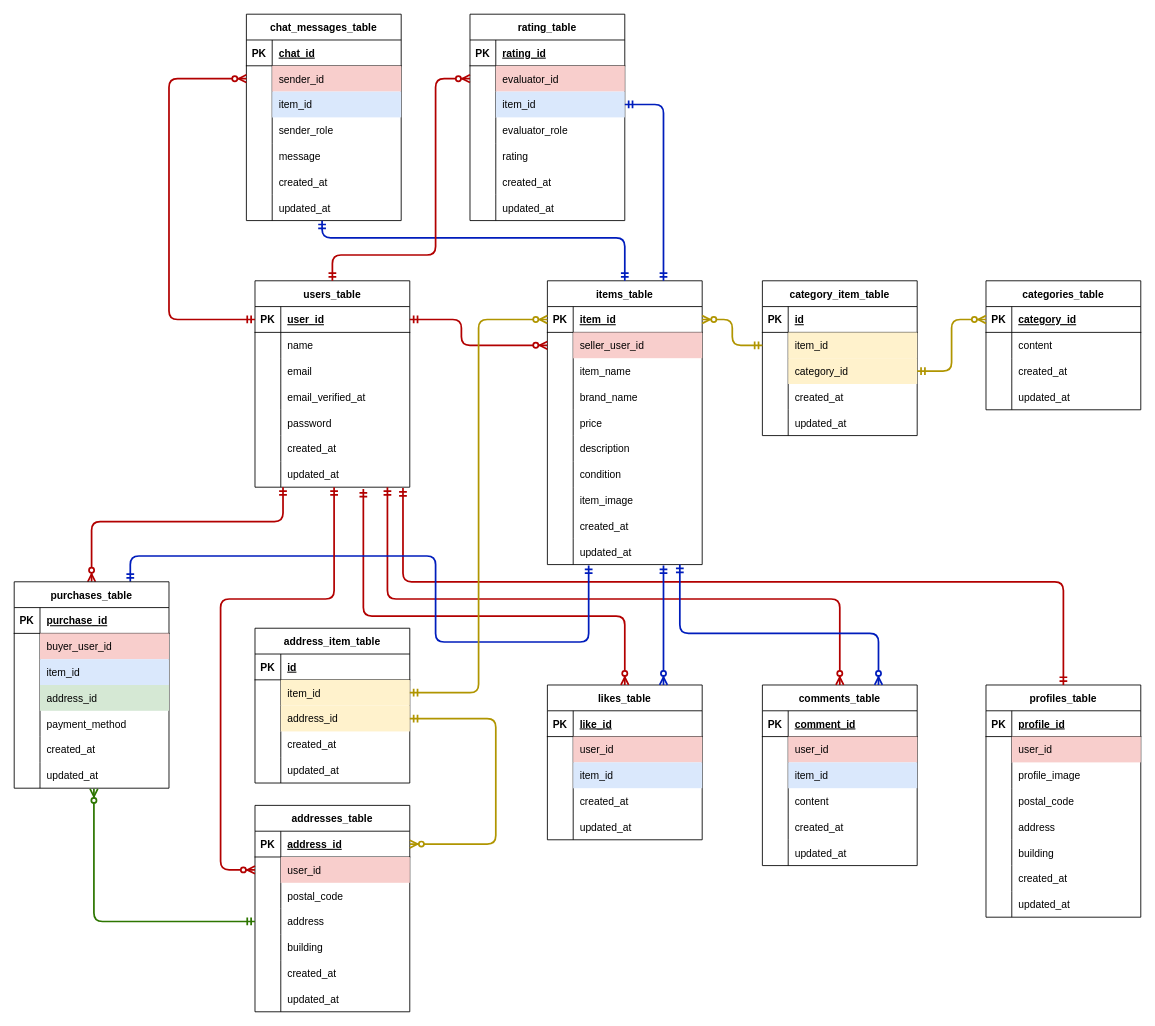
Before: er.drawio in risamatsumoto1104/pro-test, a draw.io diagram. Source tidied: cells renumbered, new cells numbered last; positions are measured from the earlier drawing's top-left corner, leaving out a move shared by most shapes. Both pictures are drawn from the tidied source at 86%, with x=0, y=0 at pixel (14, 14).
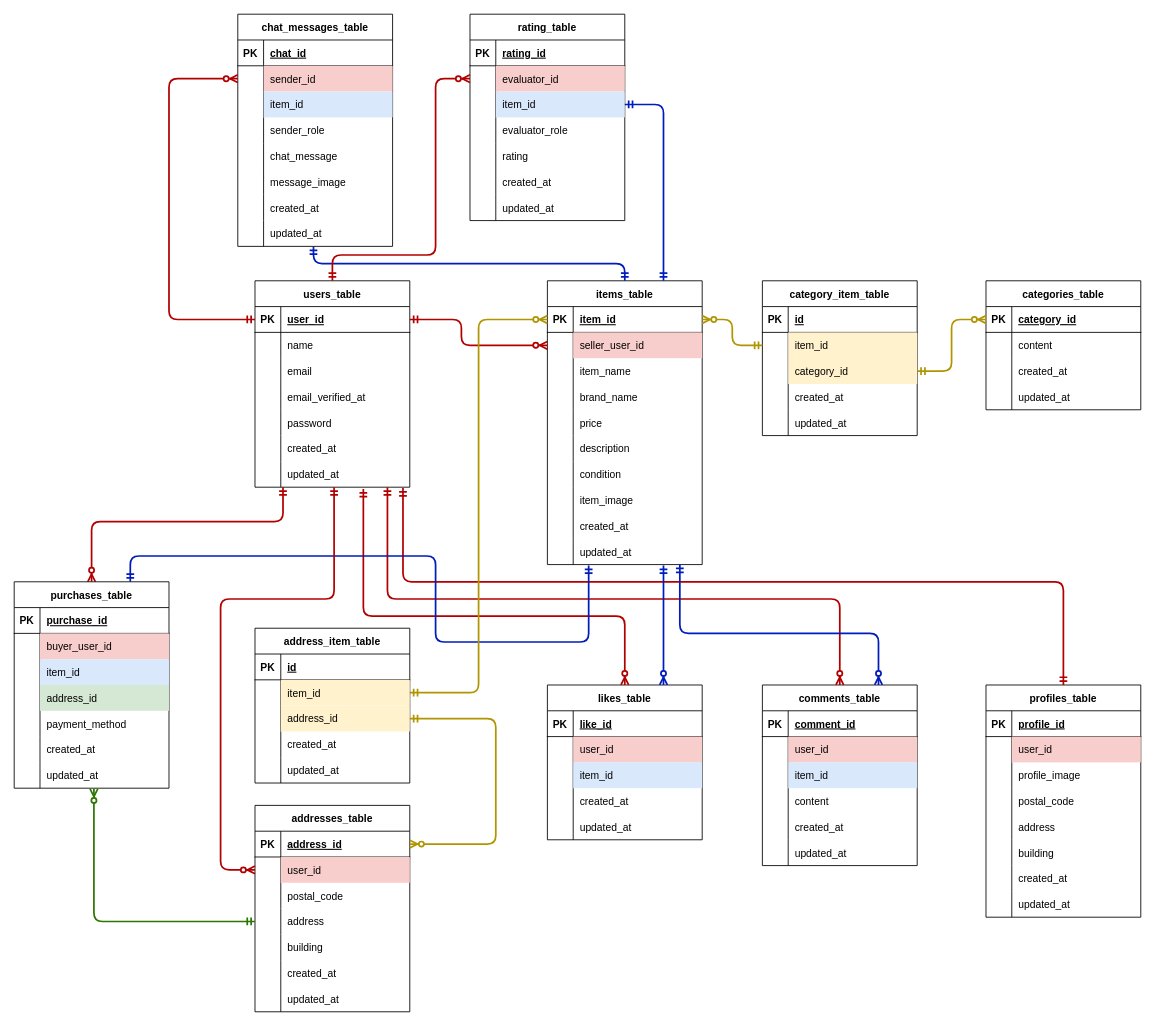
The same page after the edit.

The change refers to these unchanged cells:
```xml
<mxCell id="84" value="items_table" style="shape=table;startSize=30;childLayout=tableLayout;rowLines=0;fontStyle=1;align=center;" parent="1" vertex="1">
  <mxGeometry x="620" y="310" width="180" height="330" as="geometry" />
</mxCell>
<mxCell id="231" style="shape=tableRow;horizontal=0;startSize=0;swimlaneHead=0;swimlaneBody=0;fillColor=none;top=0;left=0;right=0;bottom=0;" parent="218" vertex="1">
  <mxGeometry y="150" width="180" height="30" as="geometry" />
</mxCell>
```

Change to the diagram source:
```diff
@@
     <mxCell id="218" value="chat_messages_table" style="shape=table;startSize=30;childLayout=tableLayout;rowLines=0;fontStyle=1;align=center;" parent="1" vertex="1">
-      <mxGeometry x="270" width="180" height="240" as="geometry" />
+      <mxGeometry x="260" width="180" height="270" as="geometry" />
     </mxCell>
@@
-    <mxCell id="233" value="message" style="shape=partialRectangle;fillColor=none;top=0;left=0;bottom=0;right=0;align=left;spacingLeft=6;overflow=hidden;" parent="231" vertex="1">
+    <mxCell id="233" value="chat_message" style="shape=partialRectangle;fillColor=none;top=0;left=0;bottom=0;right=0;align=left;spacingLeft=6;overflow=hidden;" parent="231" vertex="1">
       <mxGeometry x="30" width="150" height="30" as="geometry" />
     </mxCell>
+    <mxCell id="266" style="shape=tableRow;horizontal=0;startSize=0;swimlaneHead=0;swimlaneBody=0;fillColor=none;top=0;left=0;right=0;bottom=0;" parent="218" vertex="1">
+      <mxGeometry y="180" width="180" height="30" as="geometry" />
+    </mxCell>
+    <mxCell id="267" style="shape=partialRectangle;fillColor=none;top=0;left=0;bottom=0;right=0;overflow=hidden;" parent="266" vertex="1">
+      <mxGeometry width="30" height="30" as="geometry" />
+    </mxCell>
+    <mxCell id="268" value="message_image" style="shape=partialRectangle;fillColor=none;top=0;left=0;bottom=0;right=0;align=left;spacingLeft=6;overflow=hidden;" parent="266" vertex="1">
+      <mxGeometry x="30" width="150" height="30" as="geometry" />
+    </mxCell>
     <mxCell id="234" style="shape=tableRow;horizontal=0;startSize=0;swimlaneHead=0;swimlaneBody=0;fillColor=none;top=0;left=0;right=0;bottom=0;" parent="218" vertex="1">
-      <mxGeometry y="180" width="180" height="30" as="geometry" />
+      <mxGeometry y="210" width="180" height="30" as="geometry" />
     </mxCell>
@@
     <mxCell id="237" style="shape=tableRow;horizontal=0;startSize=0;swimlaneHead=0;swimlaneBody=0;fillColor=none;points=[[0,0.5],[1,0.5]];portConstraint=eastwest;top=0;left=0;right=0;bottom=0;" parent="218" vertex="1">
-      <mxGeometry y="210" width="180" height="30" as="geometry" />
+      <mxGeometry y="240" width="180" height="30" as="geometry" />
     </mxCell>
@@
     <mxCell id="241" style="fontSize=12;html=1;endArrow=ERmandOne;startArrow=ERmandOne;strokeWidth=2;exitX=0.5;exitY=0;exitDx=0;exitDy=0;edgeStyle=orthogonalEdgeStyle;strokeColor=#001DBC;fillColor=#0050ef;entryX=0.489;entryY=1.002;entryDx=0;entryDy=0;entryPerimeter=0;" parent="1" edge="1" source="84" target="237">
       <mxGeometry relative="1" as="geometry">
         <Array as="points">
-          <mxPoint x="710" y="260" />
-          <mxPoint x="358" y="260" />
+          <mxPoint x="710" y="290" />
+          <mxPoint x="348" y="290" />
         </Array>
       </mxGeometry>
     </mxCell>
```
